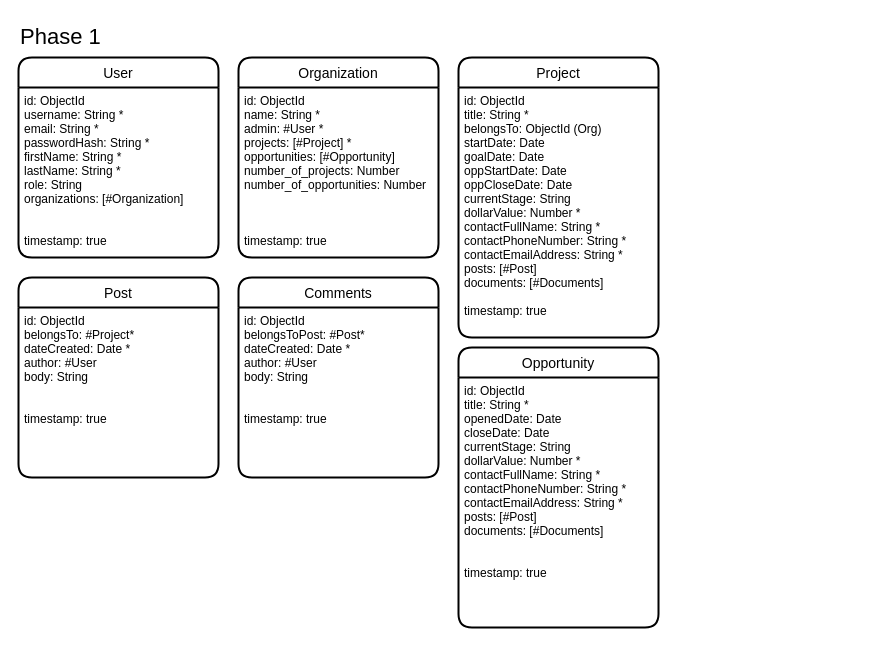
The draw.io diagram resources/database-model.drawio in jpcastanoweb/buggr, before the edit. Source tidied: cells renumbered, new cells numbered last; positions are measured from the earlier drawing's top-left corner, leaving out a move shared by most shapes. Both pictures are drawn from the tidied source at 100%, with x=0, y=0 at pixel (18, 17).
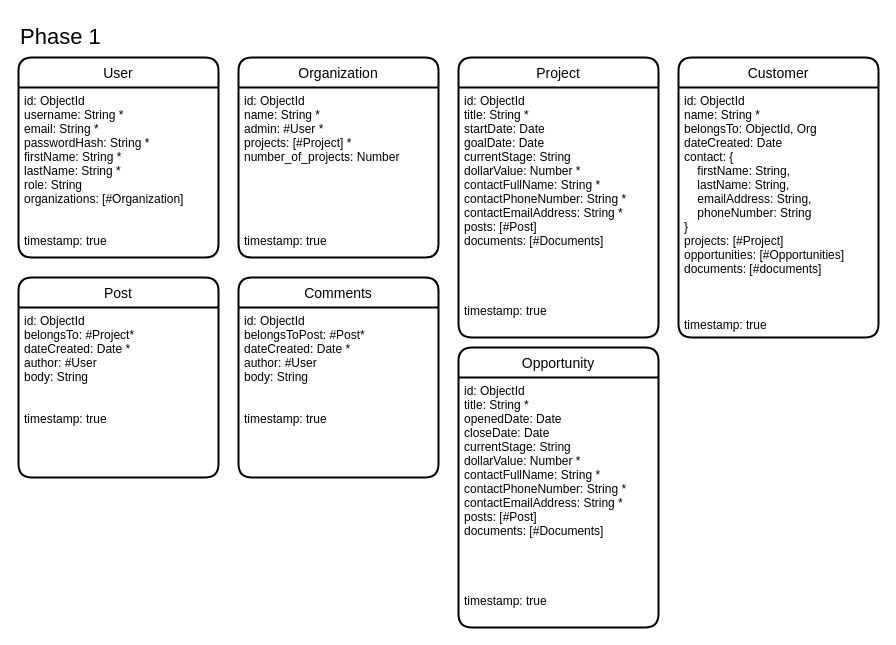
The same page after the edit.

Change to the diagram source:
```diff
@@
 <mxGraphModel>
   <root>
     <mxCell id="0" />
     <mxCell id="1" parent="0" />
     <mxCell id="2" value="&lt;font style=&quot;font-size: 22px&quot;&gt;Phase 1&lt;/font&gt;" style="text;html=1;strokeColor=none;fillColor=none;align=left;verticalAlign=middle;whiteSpace=wrap;rounded=0;" parent="1" vertex="1">
       <mxGeometry width="150" height="40" as="geometry" />
     </mxCell>
     <mxCell id="3" value="User" style="swimlane;horizontal=1;startSize=30;rounded=1;fontSize=14;fontStyle=0;strokeWidth=2;shadow=0;dashed=0;align=center;" parent="1" vertex="1">
       <mxGeometry y="40" width="200" height="200" as="geometry" />
     </mxCell>
     <mxCell id="4" value="id: ObjectId&#10;username: String *&#10;email: String *&#10;passwordHash: String *&#10;firstName: String *&#10;lastName: String *&#10;role: String&#10;organizations: [#Organization]&#10;&#10;&#10;timestamp: true" style="align=left;strokeColor=none;fillColor=none;spacingLeft=4;fontSize=12;verticalAlign=top;" parent="3" vertex="1">
       <mxGeometry y="30" width="200" height="170" as="geometry" />
     </mxCell>
     <mxCell id="5" value="Organization" style="swimlane;horizontal=1;startSize=30;rounded=1;fontSize=14;fontStyle=0;strokeWidth=2;shadow=0;dashed=0;align=center;" parent="1" vertex="1">
       <mxGeometry x="220" y="40" width="200" height="200" as="geometry" />
     </mxCell>
-    <mxCell id="6" value="id: ObjectId&#10;name: String *&#10;admin: #User *&#10;projects: [#Project] *&#10;opportunities: [#Opportunity]&#10;number_of_projects: Number&#10;number_of_opportunities: Number&#10;&#10;&#10;&#10;timestamp: true" style="align=left;strokeColor=none;fillColor=none;spacingLeft=4;fontSize=12;verticalAlign=top;" parent="5" vertex="1">
+    <mxCell id="6" value="id: ObjectId&#10;name: String *&#10;admin: #User *&#10;projects: [#Project] *&#10;number_of_projects: Number&#10;&#10;&#10;&#10;&#10;&#10;timestamp: true" style="align=left;strokeColor=none;fillColor=none;spacingLeft=4;fontSize=12;verticalAlign=top;" parent="5" vertex="1">
       <mxGeometry y="30" width="200" height="170" as="geometry" />
     </mxCell>
     <mxCell id="7" value="Project" style="swimlane;horizontal=1;startSize=30;rounded=1;fontSize=14;fontStyle=0;strokeWidth=2;shadow=0;dashed=0;align=center;" parent="1" vertex="1">
       <mxGeometry x="440" y="40" width="200" height="280" as="geometry" />
     </mxCell>
-    <mxCell id="8" value="id: ObjectId&#10;title: String *&#10;belongsTo: ObjectId (Org)&#10;startDate: Date&#10;goalDate: Date&#10;oppStartDate: Date&#10;oppCloseDate: Date&#10;currentStage: String&#10;dollarValue: Number *&#10;contactFullName: String *&#10;contactPhoneNumber: String *&#10;contactEmailAddress: String *&#10;posts: [#Post]&#10;documents: [#Documents]&#10;&#10;timestamp: true" style="align=left;strokeColor=none;fillColor=none;spacingLeft=4;fontSize=12;verticalAlign=top;" parent="7" vertex="1">
+    <mxCell id="8" value="id: ObjectId&#10;title: String *&#10;startDate: Date&#10;goalDate: Date&#10;currentStage: String&#10;dollarValue: Number *&#10;contactFullName: String *&#10;contactPhoneNumber: String *&#10;contactEmailAddress: String *&#10;posts: [#Post]&#10;documents: [#Documents]&#10;&#10;&#10;&#10;&#10;timestamp: true" style="align=left;strokeColor=none;fillColor=none;spacingLeft=4;fontSize=12;verticalAlign=top;" parent="7" vertex="1">
       <mxGeometry y="30" width="200" height="250" as="geometry" />
     </mxCell>
     <mxCell id="9" value="Post" style="swimlane;horizontal=1;startSize=30;rounded=1;fontSize=14;fontStyle=0;strokeWidth=2;shadow=0;dashed=0;align=center;" parent="1" vertex="1">
       <mxGeometry y="260" width="200" height="200" as="geometry" />
     </mxCell>
     <mxCell id="10" value="id: ObjectId&#10;belongsTo: #Project*&#10;dateCreated: Date *&#10;author: #User&#10;body: String&#10;&#10;&#10;timestamp: true" style="align=left;strokeColor=none;fillColor=none;spacingLeft=4;fontSize=12;verticalAlign=top;" parent="9" vertex="1">
       <mxGeometry y="30" width="200" height="170" as="geometry" />
     </mxCell>
     <mxCell id="11" value="Comments" style="swimlane;horizontal=1;startSize=30;rounded=1;fontSize=14;fontStyle=0;strokeWidth=2;shadow=0;dashed=0;align=center;" parent="1" vertex="1">
       <mxGeometry x="220" y="260" width="200" height="200" as="geometry" />
     </mxCell>
     <mxCell id="12" value="id: ObjectId&#10;belongsToPost: #Post*&#10;dateCreated: Date *&#10;author: #User&#10;body: String&#10;&#10;&#10;timestamp: true" style="align=left;strokeColor=none;fillColor=none;spacingLeft=4;fontSize=12;verticalAlign=top;" parent="11" vertex="1">
       <mxGeometry y="30" width="200" height="170" as="geometry" />
     </mxCell>
     <mxCell id="13" value="Opportunity" style="swimlane;horizontal=1;startSize=30;rounded=1;fontSize=14;fontStyle=0;strokeWidth=2;shadow=0;dashed=0;align=center;" parent="1" vertex="1">
       <mxGeometry x="440" y="330" width="200" height="280" as="geometry" />
     </mxCell>
-    <mxCell id="14" value="id: ObjectId&#10;title: String *&#10;openedDate: Date&#10;closeDate: Date&#10;currentStage: String&#10;dollarValue: Number *&#10;contactFullName: String *&#10;contactPhoneNumber: String *&#10;contactEmailAddress: String *&#10;posts: [#Post]&#10;documents: [#Documents]&#10;&#10;&#10;timestamp: true" style="align=left;strokeColor=none;fillColor=none;spacingLeft=4;fontSize=12;verticalAlign=top;" parent="13" vertex="1">
+    <mxCell id="14" value="id: ObjectId&#10;title: String *&#10;openedDate: Date&#10;closeDate: Date&#10;currentStage: String&#10;dollarValue: Number *&#10;contactFullName: String *&#10;contactPhoneNumber: String *&#10;contactEmailAddress: String *&#10;posts: [#Post]&#10;documents: [#Documents]&#10;&#10;&#10;&#10;&#10;timestamp: true" style="align=left;strokeColor=none;fillColor=none;spacingLeft=4;fontSize=12;verticalAlign=top;" parent="13" vertex="1">
       <mxGeometry y="30" width="200" height="250" as="geometry" />
     </mxCell>
+    <mxCell id="15" value="Customer" style="swimlane;horizontal=1;startSize=30;rounded=1;fontSize=14;fontStyle=0;strokeWidth=2;shadow=0;dashed=0;align=center;" parent="1" vertex="1">
+      <mxGeometry x="660" y="40" width="200" height="280" as="geometry" />
+    </mxCell>
+    <mxCell id="16" value="id: ObjectId&#10;name: String *&#10;belongsTo: ObjectId, Org&#10;dateCreated: Date&#10;contact: {&#10;    firstName: String,&#10;    lastName: String,&#10;    emailAddress: String,&#10;    phoneNumber: String&#10;}&#10;projects: [#Project]&#10;opportunities: [#Opportunities]&#10;documents: [#documents]&#10;&#10;&#10;&#10;timestamp: true" style="align=left;strokeColor=none;fillColor=none;spacingLeft=4;fontSize=12;verticalAlign=top;" parent="15" vertex="1">
+      <mxGeometry y="30" width="200" height="250" as="geometry" />
+    </mxCell>
   </root>
 </mxGraphModel>
```
